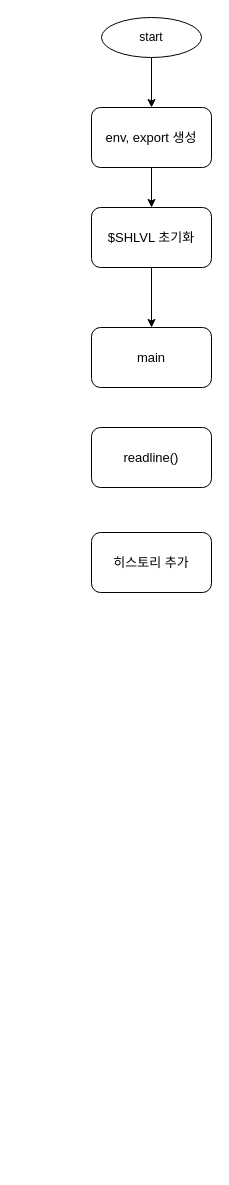
42joonpark/minishell keeps this draw.io diagram as Untitled Diagram.drawio. Above is the earlier version. Source tidied: cells renumbered, new cells numbered last; positions are measured from the earlier drawing's top-left corner, leaving out a move shared by most shapes. Both pictures are drawn from the tidied source at 100%, with x=0, y=0 at pixel (91, 17).
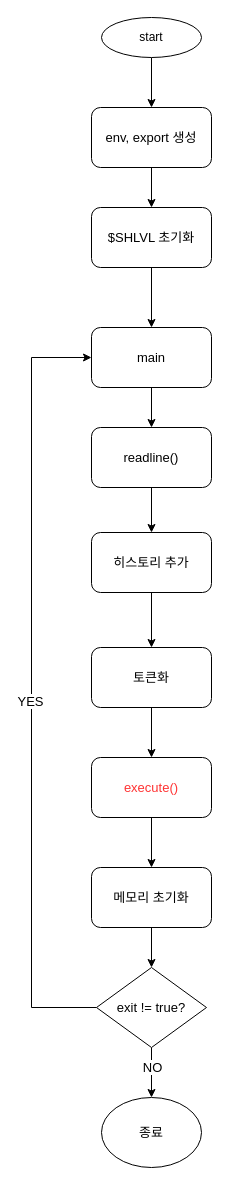
The same page after the edit.

The change refers to these unchanged cells:
```xml
<mxCell id="4" value="main" style="rounded=1;whiteSpace=wrap;html=1;fontSize=13;" parent="1" vertex="1">
  <mxGeometry y="310" width="120" height="60" as="geometry" />
</mxCell>
<mxCell id="9" value="readline()" style="rounded=1;whiteSpace=wrap;html=1;fontSize=13;" parent="1" vertex="1">
  <mxGeometry y="410" width="120" height="60" as="geometry" />
</mxCell>
<mxCell id="10" value="히스토리 추가" style="rounded=1;whiteSpace=wrap;html=1;fontSize=13;" parent="1" vertex="1">
  <mxGeometry y="515" width="120" height="60" as="geometry" />
</mxCell>
```

Diff of the diagram source:
```diff
@@
+    <mxCell id="11" style="edgeStyle=orthogonalEdgeStyle;rounded=0;jettySize=auto;html=1;fontSize=13;" parent="1" edge="1" source="4" target="9">
+      <mxGeometry relative="1" as="geometry" />
+    </mxCell>
@@
+    <mxCell id="12" style="edgeStyle=orthogonalEdgeStyle;rounded=0;jettySize=auto;html=1;fontSize=13;" parent="1" edge="1" source="9" target="10">
+      <mxGeometry relative="1" as="geometry" />
+    </mxCell>
@@
+    <mxCell id="13" style="edgeStyle=orthogonalEdgeStyle;rounded=0;jettySize=auto;html=1;fontSize=13;fontColor=#FF3333;" parent="1" edge="1" source="10" target="15">
+      <mxGeometry relative="1" as="geometry" />
+    </mxCell>
@@
+    <mxCell id="14" style="edgeStyle=orthogonalEdgeStyle;rounded=0;jettySize=auto;html=1;fontSize=13;fontColor=#000000;" parent="1" edge="1" source="15" target="17">
+      <mxGeometry relative="1" as="geometry" />
+    </mxCell>
+    <mxCell id="15" value="토큰화" style="rounded=1;whiteSpace=wrap;html=1;fontSize=13;" parent="1" vertex="1">
+      <mxGeometry y="630" width="120" height="60" as="geometry" />
+    </mxCell>
+    <mxCell id="16" style="edgeStyle=orthogonalEdgeStyle;rounded=0;jettySize=auto;html=1;fontSize=13;fontColor=#000000;" parent="1" edge="1" source="17" target="19">
+      <mxGeometry relative="1" as="geometry" />
+    </mxCell>
+    <mxCell id="17" value="execute()" style="rounded=1;whiteSpace=wrap;html=1;fontSize=13;fontColor=#FF3333;" parent="1" vertex="1">
+      <mxGeometry y="740" width="120" height="60" as="geometry" />
+    </mxCell>
+    <mxCell id="18" style="edgeStyle=orthogonalEdgeStyle;rounded=0;jettySize=auto;html=1;fontSize=13;fontColor=#000000;" parent="1" edge="1" source="19" target="24">
+      <mxGeometry relative="1" as="geometry" />
+    </mxCell>
+    <mxCell id="19" value="메모리 초기화" style="rounded=1;whiteSpace=wrap;html=1;fontSize=13;fontColor=#000000;" parent="1" vertex="1">
+      <mxGeometry y="850" width="120" height="60" as="geometry" />
+    </mxCell>
+    <mxCell id="20" style="edgeStyle=orthogonalEdgeStyle;rounded=0;jettySize=auto;html=1;exitX=0;exitY=0.5;exitDx=0;exitDy=0;entryX=0;entryY=0.5;entryDx=0;entryDy=0;fontSize=13;fontColor=#000000;" parent="1" edge="1" source="24" target="4">
+      <mxGeometry relative="1" as="geometry">
+        <Array as="points">
+          <mxPoint x="-60" y="990" />
+          <mxPoint x="-60" y="340" />
+        </Array>
+      </mxGeometry>
+    </mxCell>
+    <mxCell id="21" value="YES" style="edgeLabel;html=1;align=center;verticalAlign=middle;fontSize=13;fontColor=#000000;" parent="20" vertex="1">
+      <mxGeometry x="-0.04" y="2" relative="1" as="geometry" />
+    </mxCell>
+    <mxCell id="22" style="edgeStyle=orthogonalEdgeStyle;rounded=0;jettySize=auto;html=1;fontSize=13;fontColor=#000000;" parent="1" edge="1" source="24" target="25">
+      <mxGeometry relative="1" as="geometry" />
+    </mxCell>
+    <mxCell id="23" value="NO" style="edgeLabel;html=1;align=center;verticalAlign=middle;fontSize=13;fontColor=#000000;" parent="22" vertex="1">
+      <mxGeometry x="-0.26" relative="1" as="geometry" />
+    </mxCell>
+    <mxCell id="24" value="exit != true?" style="rhombus;whiteSpace=wrap;html=1;fontSize=13;fontColor=#000000;" parent="1" vertex="1">
+      <mxGeometry x="5" y="950" width="110" height="80" as="geometry" />
+    </mxCell>
+    <mxCell id="25" value="종료" style="ellipse;whiteSpace=wrap;html=1;fontSize=13;fontColor=#000000;" parent="1" vertex="1">
+      <mxGeometry x="10" y="1080" width="100" height="70" as="geometry" />
+    </mxCell>
```
